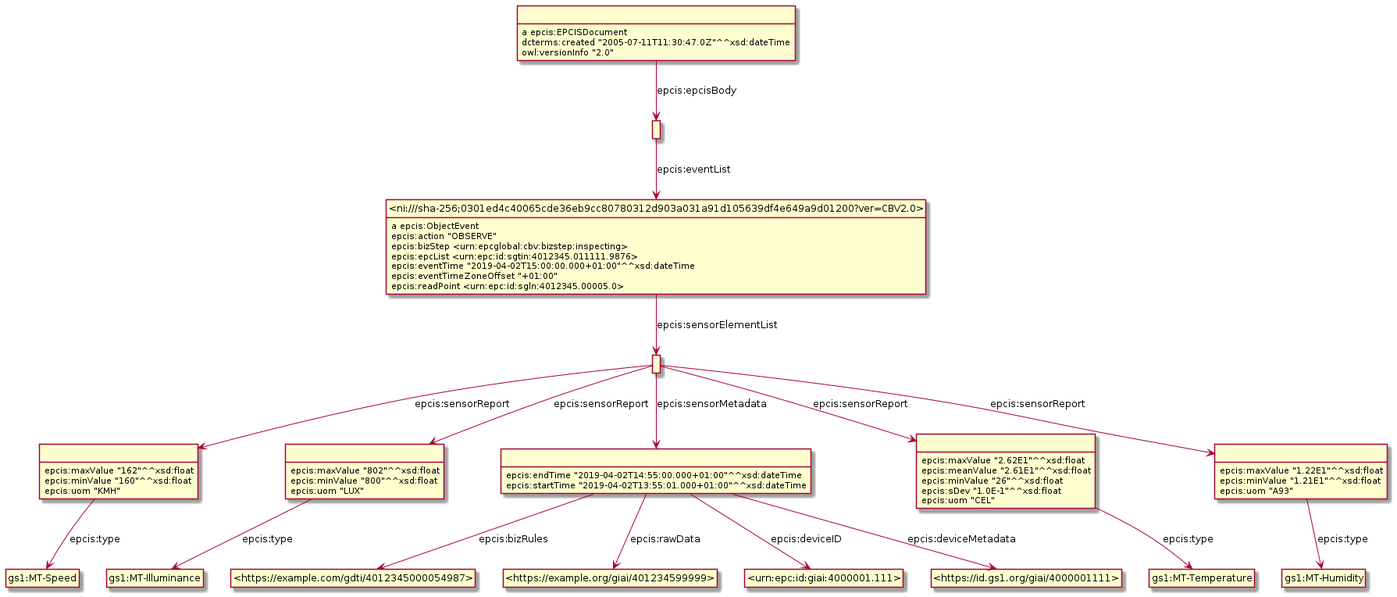
Earlier version of the PlantUML export Diagrams/WithSensorData/SensorDataExample2.png (gs1/EPCIS). Its diagram source:
```plantuml
@startuml
hide empty methods
hide empty attributes
hide circle
skinparam classAttributeIconSize 0
class _ni_sha_256_0301ed4c40065cde36eb9cc80780312d903a031a91d105639df4e649a9d01200_ver_CBV2_0_ as "<ni:///sha-256;0301ed4c40065cde36eb9cc80780312d903a031a91d105639df4e649a9d01200?ver=CBV2.0>"
_ni_sha_256_0301ed4c40065cde36eb9cc80780312d903a031a91d105639df4e649a9d01200_ver_CBV2_0_ : a epcis:ObjectEvent
class _r1623307966r0_ as " "
_ni_sha_256_0301ed4c40065cde36eb9cc80780312d903a031a91d105639df4e649a9d01200_ver_CBV2_0_ -down-> _r1623307966r0_ : epcis:sensorElementList
_ni_sha_256_0301ed4c40065cde36eb9cc80780312d903a031a91d105639df4e649a9d01200_ver_CBV2_0_ : epcis:action "OBSERVE"
_ni_sha_256_0301ed4c40065cde36eb9cc80780312d903a031a91d105639df4e649a9d01200_ver_CBV2_0_ : epcis:bizStep <urn:epcglobal:cbv:bizstep:inspecting>
_ni_sha_256_0301ed4c40065cde36eb9cc80780312d903a031a91d105639df4e649a9d01200_ver_CBV2_0_ : epcis:epcList <urn:epc:id:sgtin:4012345.011111.9876>
_ni_sha_256_0301ed4c40065cde36eb9cc80780312d903a031a91d105639df4e649a9d01200_ver_CBV2_0_ : epcis:eventTime "2019-04-02T15:00:00.000+01:00"^^xsd:dateTime
_ni_sha_256_0301ed4c40065cde36eb9cc80780312d903a031a91d105639df4e649a9d01200_ver_CBV2_0_ : epcis:eventTimeZoneOffset "+01:00"
_ni_sha_256_0301ed4c40065cde36eb9cc80780312d903a031a91d105639df4e649a9d01200_ver_CBV2_0_ : epcis:readPoint <urn:epc:id:sgln:4012345.00005.0>
class _r1623307966r3_ as " "
class gs1_MT_Speed as "gs1:MT-Speed"
_r1623307966r3_ -down-> gs1_MT_Speed : epcis:type
_r1623307966r3_ : epcis:maxValue "162"^^xsd:float
_r1623307966r3_ : epcis:minValue "160"^^xsd:float
_r1623307966r3_ : epcis:uom "KMH"
class _r1623307966r6_ as " "
_r1623307966r6_ : a epcis:EPCISDocument
class _r1623307966r7_ as " "
_r1623307966r6_ -down-> _r1623307966r7_ : epcis:epcisBody
_r1623307966r6_ : dcterms:created "2005-07-11T11:30:47.0Z"^^xsd:dateTime
_r1623307966r6_ : owl:versionInfo "2.0"
class _r1623307966r2_ as " "
class gs1_MT_Illuminance as "gs1:MT-Illuminance"
_r1623307966r2_ -down-> gs1_MT_Illuminance : epcis:type
_r1623307966r2_ : epcis:maxValue "802"^^xsd:float
_r1623307966r2_ : epcis:minValue "800"^^xsd:float
_r1623307966r2_ : epcis:uom "LUX"
class _r1623307966r1_ as " "
_r1623307966r0_ -down-> _r1623307966r1_ : epcis:sensorMetadata
class _r1623307966r5_ as " "
_r1623307966r0_ -down-> _r1623307966r5_ : epcis:sensorReport
_r1623307966r0_ -down-> _r1623307966r2_ : epcis:sensorReport
_r1623307966r0_ -down-> _r1623307966r3_ : epcis:sensorReport
class _r1623307966r4_ as " "
_r1623307966r0_ -down-> _r1623307966r4_ : epcis:sensorReport
class gs1_MT_Humidity as "gs1:MT-Humidity"
_r1623307966r4_ -down-> gs1_MT_Humidity : epcis:type
_r1623307966r4_ : epcis:maxValue "1.22E1"^^xsd:float
_r1623307966r4_ : epcis:minValue "1.21E1"^^xsd:float
_r1623307966r4_ : epcis:uom "A93"
class _https_example_com_gdti_4012345000054987_ as "<https://example.com/gdti/4012345000054987>"
_r1623307966r1_ -down-> _https_example_com_gdti_4012345000054987_ : epcis:bizRules
class _https_example_org_giai_401234599999_ as "<https://example.org/giai/401234599999>"
_r1623307966r1_ -down-> _https_example_org_giai_401234599999_ : epcis:rawData
class _urn_epc_id_giai_4000001_111_ as "<urn:epc:id:giai:4000001.111>"
_r1623307966r1_ -down-> _urn_epc_id_giai_4000001_111_ : epcis:deviceID
class _https_id_gs1_org_giai_4000001111_ as "<https://id.gs1.org/giai/4000001111>"
_r1623307966r1_ -down-> _https_id_gs1_org_giai_4000001111_ : epcis:deviceMetadata
_r1623307966r1_ : epcis:endTime "2019-04-02T14:55:00.000+01:00"^^xsd:dateTime
_r1623307966r1_ : epcis:startTime "2019-04-02T13:55:01.000+01:00"^^xsd:dateTime
_r1623307966r7_ -down-> _ni_sha_256_0301ed4c40065cde36eb9cc80780312d903a031a91d105639df4e649a9d01200_ver_CBV2_0_ : epcis:eventList
class gs1_MT_Temperature as "gs1:MT-Temperature"
_r1623307966r5_ -down-> gs1_MT_Temperature : epcis:type
_r1623307966r5_ : epcis:maxValue "2.62E1"^^xsd:float
_r1623307966r5_ : epcis:meanValue "2.61E1"^^xsd:float
_r1623307966r5_ : epcis:minValue "26"^^xsd:float
_r1623307966r5_ : epcis:sDev "1.0E-1"^^xsd:float
_r1623307966r5_ : epcis:uom "CEL"
@enduml
```
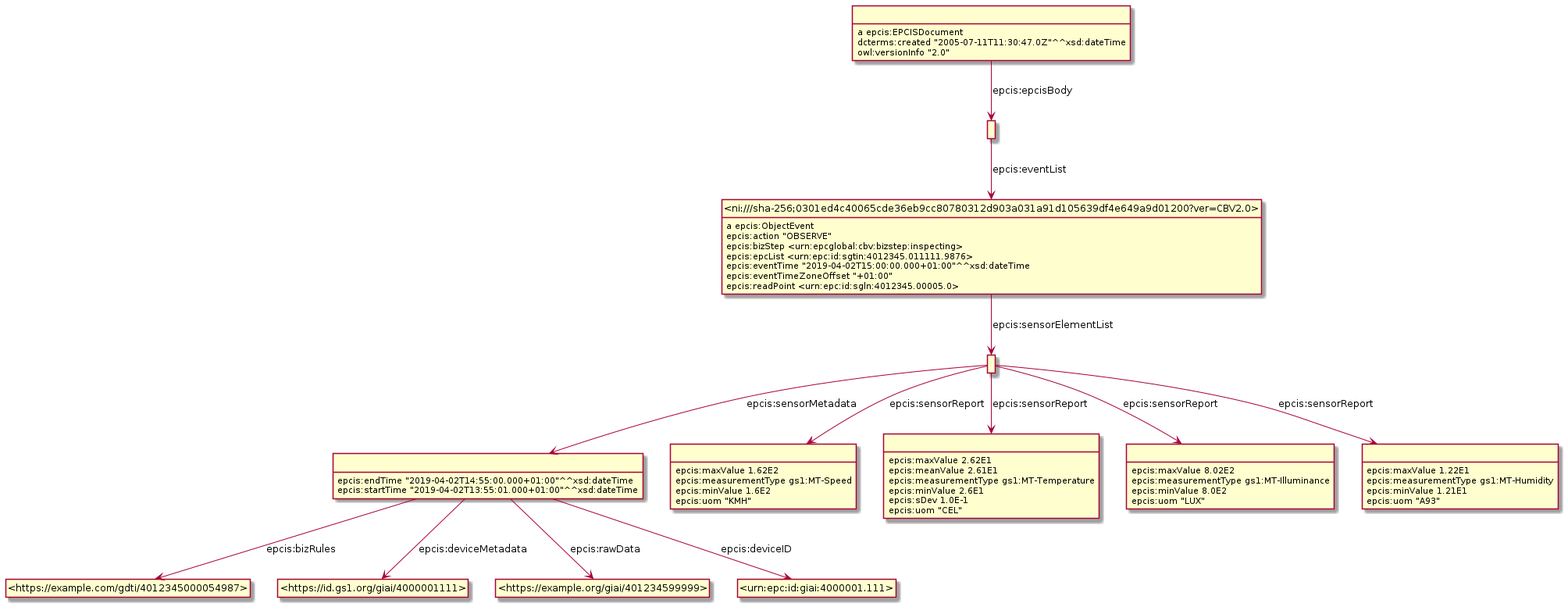
After the change.

Change to the diagram source:
```diff
@@ -3,63 +3,59 @@
 hide empty attributes
 hide circle
 skinparam classAttributeIconSize 0
+class _r1623934110r7_ as " "
 class _ni_sha_256_0301ed4c40065cde36eb9cc80780312d903a031a91d105639df4e649a9d01200_ver_CBV2_0_ as "<ni:///sha-256;0301ed4c40065cde36eb9cc80780312d903a031a91d105639df4e649a9d01200?ver=CBV2.0>"
+_r1623934110r7_ -down-> _ni_sha_256_0301ed4c40065cde36eb9cc80780312d903a031a91d105639df4e649a9d01200_ver_CBV2_0_ : epcis:eventList
 _ni_sha_256_0301ed4c40065cde36eb9cc80780312d903a031a91d105639df4e649a9d01200_ver_CBV2_0_ : a epcis:ObjectEvent
-class _r1623307966r0_ as " "
-_ni_sha_256_0301ed4c40065cde36eb9cc80780312d903a031a91d105639df4e649a9d01200_ver_CBV2_0_ -down-> _r1623307966r0_ : epcis:sensorElementList
+class _r1623934110r0_ as " "
+_ni_sha_256_0301ed4c40065cde36eb9cc80780312d903a031a91d105639df4e649a9d01200_ver_CBV2_0_ -down-> _r1623934110r0_ : epcis:sensorElementList
 _ni_sha_256_0301ed4c40065cde36eb9cc80780312d903a031a91d105639df4e649a9d01200_ver_CBV2_0_ : epcis:action "OBSERVE"
 _ni_sha_256_0301ed4c40065cde36eb9cc80780312d903a031a91d105639df4e649a9d01200_ver_CBV2_0_ : epcis:bizStep <urn:epcglobal:cbv:bizstep:inspecting>
 _ni_sha_256_0301ed4c40065cde36eb9cc80780312d903a031a91d105639df4e649a9d01200_ver_CBV2_0_ : epcis:epcList <urn:epc:id:sgtin:4012345.011111.9876>
 _ni_sha_256_0301ed4c40065cde36eb9cc80780312d903a031a91d105639df4e649a9d01200_ver_CBV2_0_ : epcis:eventTime "2019-04-02T15:00:00.000+01:00"^^xsd:dateTime
 _ni_sha_256_0301ed4c40065cde36eb9cc80780312d903a031a91d105639df4e649a9d01200_ver_CBV2_0_ : epcis:eventTimeZoneOffset "+01:00"
 _ni_sha_256_0301ed4c40065cde36eb9cc80780312d903a031a91d105639df4e649a9d01200_ver_CBV2_0_ : epcis:readPoint <urn:epc:id:sgln:4012345.00005.0>
-class _r1623307966r3_ as " "
-class gs1_MT_Speed as "gs1:MT-Speed"
-_r1623307966r3_ -down-> gs1_MT_Speed : epcis:type
-_r1623307966r3_ : epcis:maxValue "162"^^xsd:float
-_r1623307966r3_ : epcis:minValue "160"^^xsd:float
-_r1623307966r3_ : epcis:uom "KMH"
-class _r1623307966r6_ as " "
-_r1623307966r6_ : a epcis:EPCISDocument
-class _r1623307966r7_ as " "
-_r1623307966r6_ -down-> _r1623307966r7_ : epcis:epcisBody
-_r1623307966r6_ : dcterms:created "2005-07-11T11:30:47.0Z"^^xsd:dateTime
-_r1623307966r6_ : owl:versionInfo "2.0"
-class _r1623307966r2_ as " "
-class gs1_MT_Illuminance as "gs1:MT-Illuminance"
-_r1623307966r2_ -down-> gs1_MT_Illuminance : epcis:type
-_r1623307966r2_ : epcis:maxValue "802"^^xsd:float
-_r1623307966r2_ : epcis:minValue "800"^^xsd:float
-_r1623307966r2_ : epcis:uom "LUX"
-class _r1623307966r1_ as " "
-_r1623307966r0_ -down-> _r1623307966r1_ : epcis:sensorMetadata
-class _r1623307966r5_ as " "
-_r1623307966r0_ -down-> _r1623307966r5_ : epcis:sensorReport
-_r1623307966r0_ -down-> _r1623307966r2_ : epcis:sensorReport
-_r1623307966r0_ -down-> _r1623307966r3_ : epcis:sensorReport
-class _r1623307966r4_ as " "
-_r1623307966r0_ -down-> _r1623307966r4_ : epcis:sensorReport
-class gs1_MT_Humidity as "gs1:MT-Humidity"
-_r1623307966r4_ -down-> gs1_MT_Humidity : epcis:type
-_r1623307966r4_ : epcis:maxValue "1.22E1"^^xsd:float
-_r1623307966r4_ : epcis:minValue "1.21E1"^^xsd:float
-_r1623307966r4_ : epcis:uom "A93"
+class _r1623934110r1_ as " "
+_r1623934110r0_ -down-> _r1623934110r1_ : epcis:sensorMetadata
+class _r1623934110r3_ as " "
+_r1623934110r0_ -down-> _r1623934110r3_ : epcis:sensorReport
+class _r1623934110r5_ as " "
+_r1623934110r0_ -down-> _r1623934110r5_ : epcis:sensorReport
+class _r1623934110r2_ as " "
+_r1623934110r0_ -down-> _r1623934110r2_ : epcis:sensorReport
+class _r1623934110r4_ as " "
+_r1623934110r0_ -down-> _r1623934110r4_ : epcis:sensorReport
+_r1623934110r4_ : epcis:maxValue 1.22E1
+_r1623934110r4_ : epcis:measurementType gs1:MT-Humidity
+_r1623934110r4_ : epcis:minValue 1.21E1
+_r1623934110r4_ : epcis:uom "A93"
+class _r1623934110r6_ as " "
+_r1623934110r6_ : a epcis:EPCISDocument
+_r1623934110r6_ -down-> _r1623934110r7_ : epcis:epcisBody
+_r1623934110r6_ : dcterms:created "2005-07-11T11:30:47.0Z"^^xsd:dateTime
+_r1623934110r6_ : owl:versionInfo "2.0"
 class _https_example_com_gdti_4012345000054987_ as "<https://example.com/gdti/4012345000054987>"
-_r1623307966r1_ -down-> _https_example_com_gdti_4012345000054987_ : epcis:bizRules
+_r1623934110r1_ -down-> _https_example_com_gdti_4012345000054987_ : epcis:bizRules
+class _https_id_gs1_org_giai_4000001111_ as "<https://id.gs1.org/giai/4000001111>"
+_r1623934110r1_ -down-> _https_id_gs1_org_giai_4000001111_ : epcis:deviceMetadata
 class _https_example_org_giai_401234599999_ as "<https://example.org/giai/401234599999>"
-_r1623307966r1_ -down-> _https_example_org_giai_401234599999_ : epcis:rawData
+_r1623934110r1_ -down-> _https_example_org_giai_401234599999_ : epcis:rawData
 class _urn_epc_id_giai_4000001_111_ as "<urn:epc:id:giai:4000001.111>"
-_r1623307966r1_ -down-> _urn_epc_id_giai_4000001_111_ : epcis:deviceID
-class _https_id_gs1_org_giai_4000001111_ as "<https://id.gs1.org/giai/4000001111>"
-_r1623307966r1_ -down-> _https_id_gs1_org_giai_4000001111_ : epcis:deviceMetadata
-_r1623307966r1_ : epcis:endTime "2019-04-02T14:55:00.000+01:00"^^xsd:dateTime
-_r1623307966r1_ : epcis:startTime "2019-04-02T13:55:01.000+01:00"^^xsd:dateTime
-_r1623307966r7_ -down-> _ni_sha_256_0301ed4c40065cde36eb9cc80780312d903a031a91d105639df4e649a9d01200_ver_CBV2_0_ : epcis:eventList
-class gs1_MT_Temperature as "gs1:MT-Temperature"
-_r1623307966r5_ -down-> gs1_MT_Temperature : epcis:type
-_r1623307966r5_ : epcis:maxValue "2.62E1"^^xsd:float
-_r1623307966r5_ : epcis:meanValue "2.61E1"^^xsd:float
-_r1623307966r5_ : epcis:minValue "26"^^xsd:float
-_r1623307966r5_ : epcis:sDev "1.0E-1"^^xsd:float
-_r1623307966r5_ : epcis:uom "CEL"
+_r1623934110r1_ -down-> _urn_epc_id_giai_4000001_111_ : epcis:deviceID
+_r1623934110r1_ : epcis:endTime "2019-04-02T14:55:00.000+01:00"^^xsd:dateTime
+_r1623934110r1_ : epcis:startTime "2019-04-02T13:55:01.000+01:00"^^xsd:dateTime
+_r1623934110r3_ : epcis:maxValue 1.62E2
+_r1623934110r3_ : epcis:measurementType gs1:MT-Speed
+_r1623934110r3_ : epcis:minValue 1.6E2
+_r1623934110r3_ : epcis:uom "KMH"
+_r1623934110r5_ : epcis:maxValue 2.62E1
+_r1623934110r5_ : epcis:meanValue 2.61E1
+_r1623934110r5_ : epcis:measurementType gs1:MT-Temperature
+_r1623934110r5_ : epcis:minValue 2.6E1
+_r1623934110r5_ : epcis:sDev 1.0E-1
+_r1623934110r5_ : epcis:uom "CEL"
+_r1623934110r2_ : epcis:maxValue 8.02E2
+_r1623934110r2_ : epcis:measurementType gs1:MT-Illuminance
+_r1623934110r2_ : epcis:minValue 8.0E2
+_r1623934110r2_ : epcis:uom "LUX"
 @enduml
```
